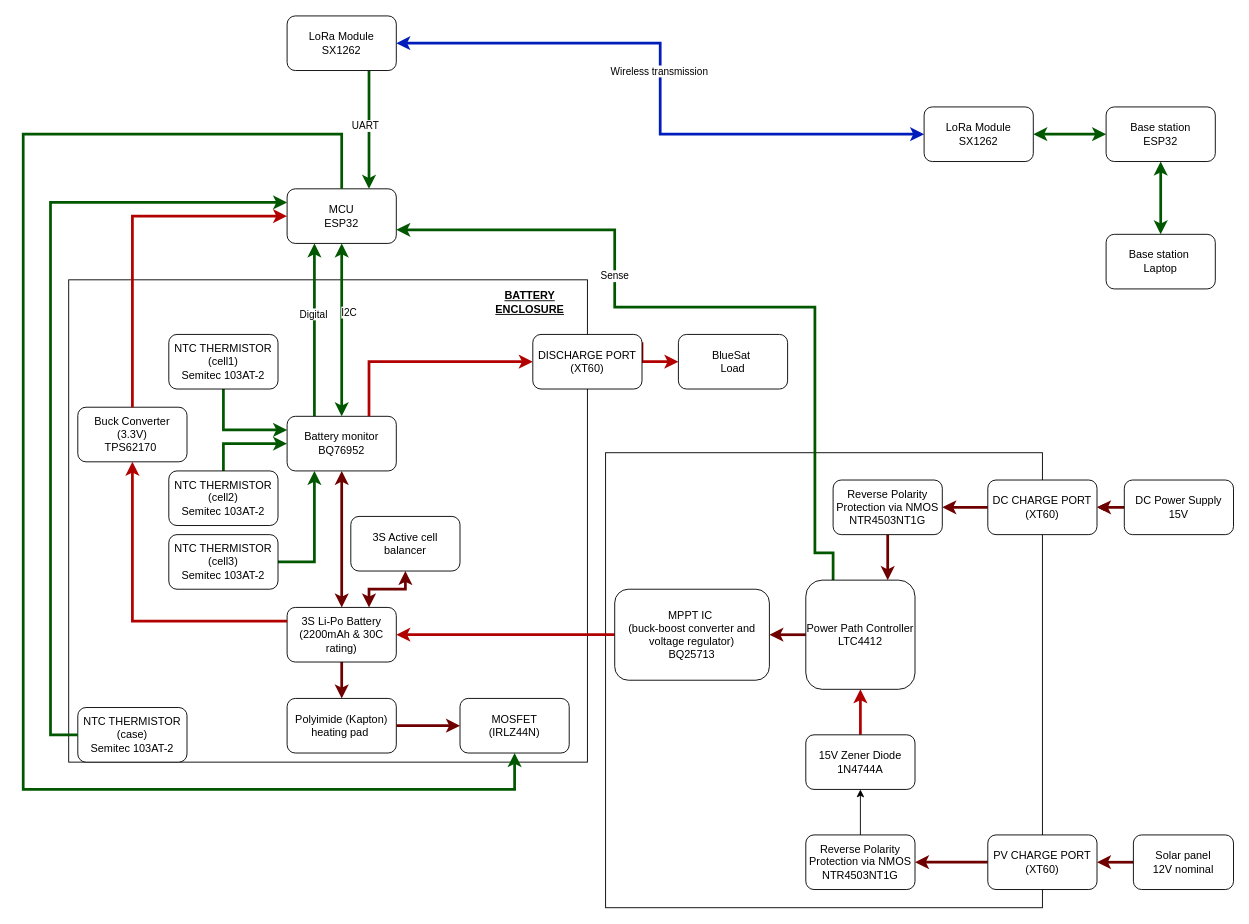
Above: Felix_DRAFT_BMS_ELEC3117.drawio in Chainsawfelix/ELEC3117-BLUESAT (draw.io), before the change. Source tidied: cells renumbered, new cells numbered last; positions are measured from the earlier drawing's top-left corner, leaving out a move shared by most shapes. Both pictures are drawn from the tidied source at 91%, with x=0, y=0 at pixel (23, 15).
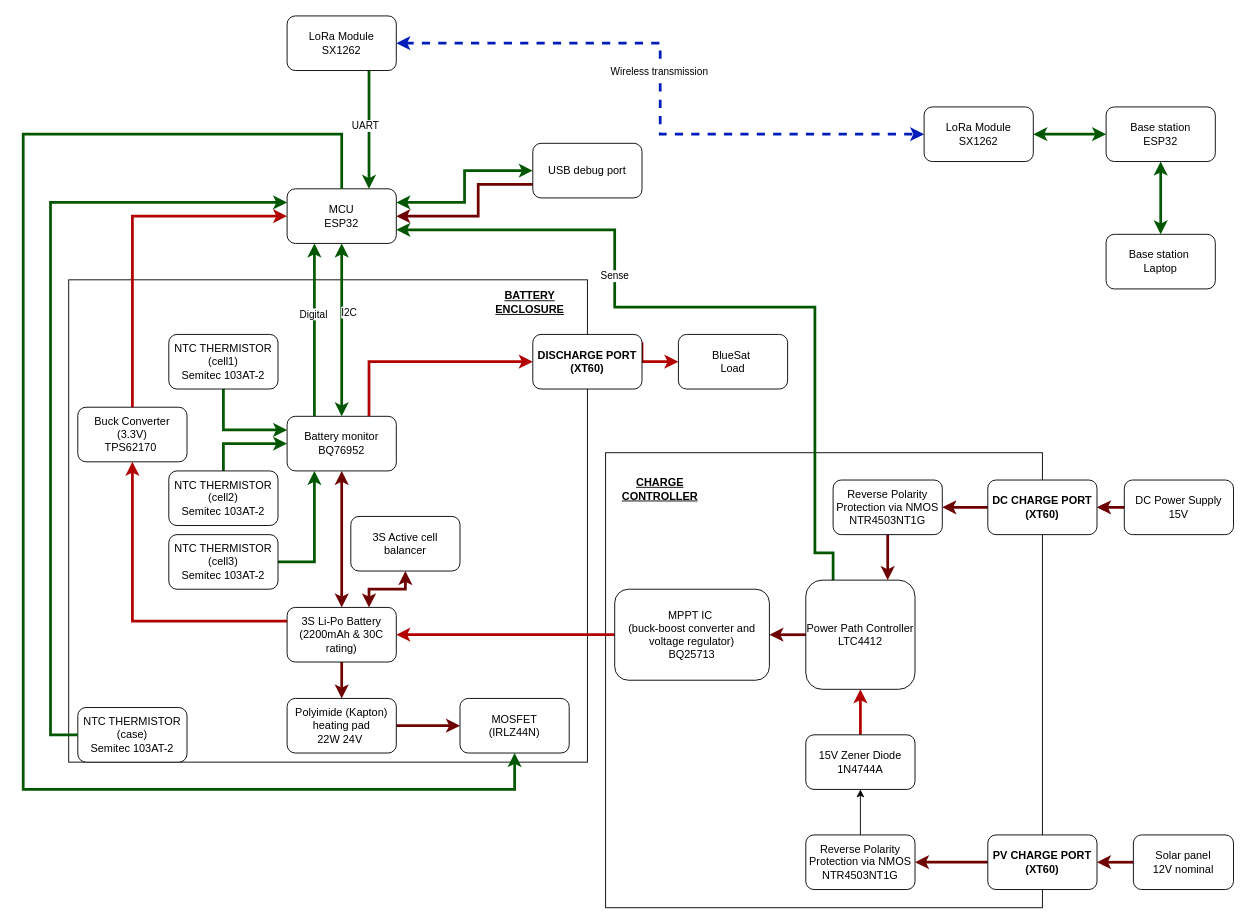
After the change.

Unchanged cells that the change refers to:
```xml
<mxCell id="4" value="MCU&lt;br&gt;ESP32" style="rounded=1;whiteSpace=wrap;html=1;" parent="1" vertex="1">
  <mxGeometry x="290" y="190" width="120" height="60" as="geometry" />
</mxCell>
<mxCell id="7" value="LoRa Module&lt;br&gt;SX1262" style="rounded=1;whiteSpace=wrap;html=1;" parent="1" vertex="1">
  <mxGeometry x="290" width="120" height="60" as="geometry" />
</mxCell>
<mxCell id="32" value="LoRa Module&lt;br&gt;SX1262" style="rounded=1;whiteSpace=wrap;html=1;" parent="1" vertex="1">
  <mxGeometry x="990" y="100" width="120" height="60" as="geometry" />
</mxCell>
```

Diff of the diagram source:
```diff
@@
+    <mxCell id="66" style="edgeStyle=orthogonalEdgeStyle;rounded=0;jettySize=auto;html=1;exitX=1;exitY=0.25;exitDx=0;exitDy=0;entryX=0;entryY=0.5;entryDx=0;entryDy=0;strokeWidth=3;fillColor=#008a00;strokeColor=#005700;startArrow=classic;startFill=1;" parent="1" edge="1" source="4" target="69">
+      <mxGeometry relative="1" as="geometry" />
+    </mxCell>
@@
-    <mxCell id="27" value="DISCHARGE PORT&lt;div&gt;(XT60)&lt;/div&gt;" style="rounded=1;whiteSpace=wrap;html=1;" parent="1" vertex="1">
+    <mxCell id="27" value="&lt;b&gt;&lt;font style=&quot;color: light-dark(rgb(0, 0, 0), rgb(0, 0, 0));&quot;&gt;DISCHARGE PORT&lt;/font&gt;&lt;/b&gt;&lt;div&gt;&lt;b&gt;&lt;font style=&quot;color: light-dark(rgb(0, 0, 0), rgb(0, 0, 0));&quot;&gt;(XT60)&lt;/font&gt;&lt;/b&gt;&lt;/div&gt;" style="rounded=1;whiteSpace=wrap;html=1;fillColor=light-dark(#FFFFFF,#FF8000);" parent="1" vertex="1">
       <mxGeometry x="560" y="350" width="120" height="60" as="geometry" />
     </mxCell>
@@
-    <mxCell id="30" style="edgeStyle=orthogonalEdgeStyle;rounded=0;jettySize=auto;html=1;fillColor=#0050ef;strokeColor=#001DBC;strokeWidth=3;entryX=0;entryY=0.5;entryDx=0;entryDy=0;startArrow=classic;startFill=1;exitX=1;exitY=0.5;exitDx=0;exitDy=0;" parent="1" edge="1" source="7" target="32">
+    <mxCell id="30" style="edgeStyle=orthogonalEdgeStyle;rounded=0;jettySize=auto;html=1;fillColor=#0050ef;strokeColor=#001DBC;strokeWidth=3;entryX=0;entryY=0.5;entryDx=0;entryDy=0;startArrow=classic;startFill=1;exitX=1;exitY=0.5;exitDx=0;exitDy=0;dashed=1;" parent="1" edge="1" source="7" target="32">
       <mxGeometry relative="1" as="geometry" />
     </mxCell>
@@
-    <mxCell id="41" value="Polyimide (Kapton) heating pad&amp;nbsp;" style="rounded=1;whiteSpace=wrap;html=1;" parent="1" vertex="1">
+    <mxCell id="41" value="Polyimide (Kapton) heating pad&lt;br&gt;22W 24V&amp;nbsp;" style="rounded=1;whiteSpace=wrap;html=1;" parent="1" vertex="1">
       <mxGeometry x="290" y="750" width="120" height="60" as="geometry" />
     </mxCell>
@@
-    <mxCell id="63" value="DC CHARGE PORT&lt;div&gt;(XT60)&lt;/div&gt;" style="rounded=1;whiteSpace=wrap;html=1;" parent="1" vertex="1">
+    <mxCell id="63" value="&lt;b&gt;&lt;font style=&quot;color: light-dark(rgb(0, 0, 0), rgb(0, 0, 0));&quot;&gt;DC CHARGE PORT&lt;/font&gt;&lt;/b&gt;&lt;div&gt;&lt;b&gt;&lt;font style=&quot;color: light-dark(rgb(0, 0, 0), rgb(0, 0, 0));&quot;&gt;(XT60)&lt;/font&gt;&lt;/b&gt;&lt;/div&gt;" style="rounded=1;whiteSpace=wrap;html=1;fillColor=light-dark(#FFFFFF,#FF8000);" parent="1" vertex="1">
       <mxGeometry x="1060" y="510" width="120" height="60" as="geometry" />
     </mxCell>
@@
-    <mxCell id="65" value="PV CHARGE PORT&lt;div&gt;(XT60)&lt;/div&gt;" style="rounded=1;whiteSpace=wrap;html=1;" parent="1" vertex="1">
+    <mxCell id="65" value="&lt;b&gt;&lt;font style=&quot;color: light-dark(rgb(0, 0, 0), rgb(0, 0, 0));&quot;&gt;PV CHARGE PORT&lt;/font&gt;&lt;/b&gt;&lt;div&gt;&lt;b&gt;&lt;font style=&quot;color: light-dark(rgb(0, 0, 0), rgb(0, 0, 0));&quot;&gt;(XT60)&lt;/font&gt;&lt;/b&gt;&lt;/div&gt;" style="rounded=1;whiteSpace=wrap;html=1;fillColor=light-dark(#FFFFFF,#FF8000);" parent="1" vertex="1">
       <mxGeometry x="1060" y="900" width="120" height="60" as="geometry" />
     </mxCell>
+    <mxCell id="67" value="CHARGE CONTROLLER" style="text;html=1;whiteSpace=wrap;strokeColor=none;fillColor=none;align=center;verticalAlign=middle;rounded=0;fontStyle=5;" parent="1" vertex="1">
+      <mxGeometry x="670" y="500" width="60" height="40" as="geometry" />
+    </mxCell>
+    <mxCell id="68" style="edgeStyle=orthogonalEdgeStyle;rounded=0;jettySize=auto;html=1;exitX=0;exitY=0.75;exitDx=0;exitDy=0;entryX=1;entryY=0.5;entryDx=0;entryDy=0;strokeWidth=3;fillColor=#a20025;strokeColor=#6F0000;" parent="1" edge="1" source="69" target="4">
+      <mxGeometry relative="1" as="geometry">
+        <Array as="points">
+          <mxPoint x="500" y="185" />
+          <mxPoint x="500" y="220" />
+        </Array>
+      </mxGeometry>
+    </mxCell>
+    <mxCell id="69" value="USB debug port" style="rounded=1;whiteSpace=wrap;html=1;" parent="1" vertex="1">
+      <mxGeometry x="560" y="140" width="120" height="60" as="geometry" />
+    </mxCell>
```
